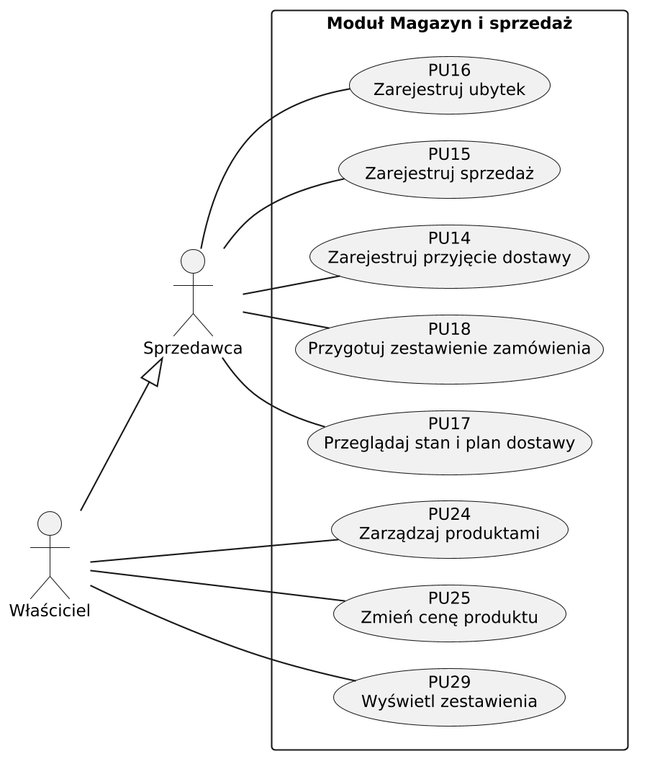
Above: dokumentacja/rysunki/diagramy/pu-modul-magazyn.png in Kariseks/internetowe_bazy_danych (PlantUML), before the change. Its source is kept beside it as dokumentacja/rysunki/diagramy/src/pu-modul-magazyn.puml.
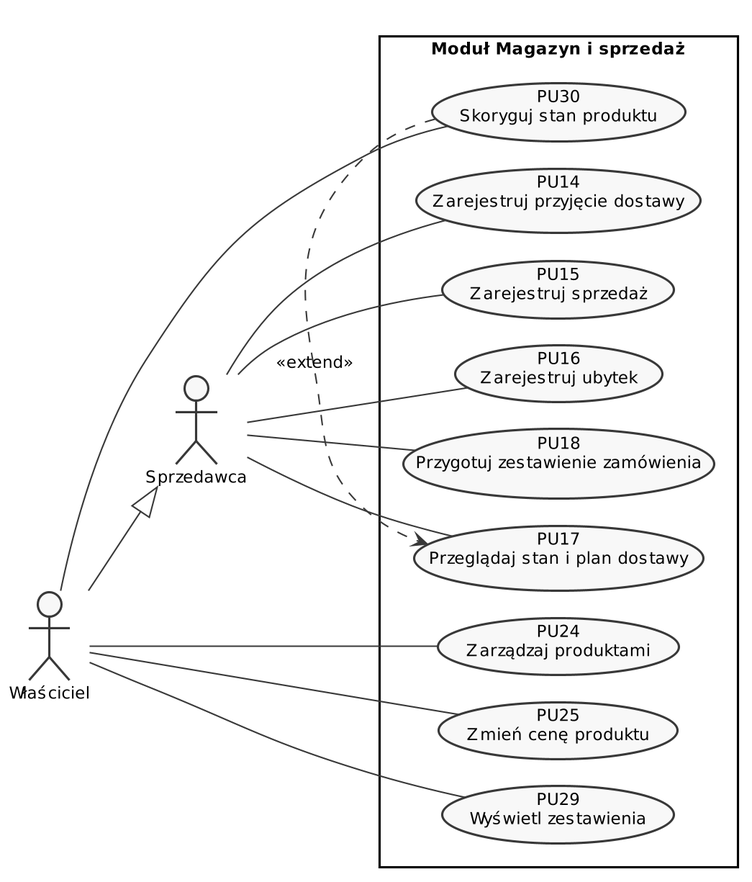
Later version of the same file.

The edit, as a diff of the source:
```diff
@@ -21,6 +21,7 @@
   usecase "PU24\nZarządzaj produktami" as PU24
   usecase "PU25\nZmień cenę produktu" as PU25
   usecase "PU29\nWyświetl zestawienia" as PU29
+  usecase "PU30\nSkoryguj stan produktu" as PU30
 }
 
 Wlasciciel --|> Sprzedawca
@@ -32,4 +33,6 @@
 Wlasciciel -- PU24
 Wlasciciel -- PU25
 Wlasciciel -- PU29
+Wlasciciel -- PU30
+PU30 .> PU17 : <<extend>>
 @enduml
```
